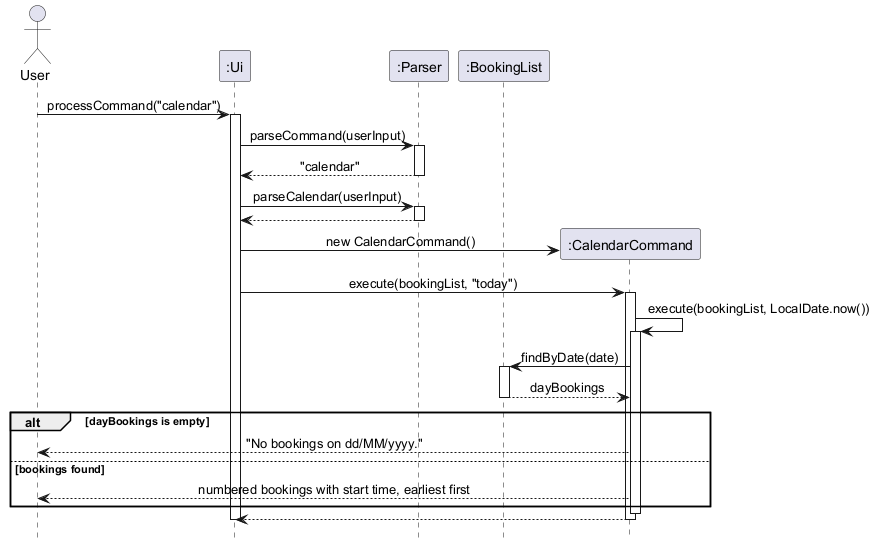
This is docs/UMLDiagrams/CalendarCommandSequenceDiagram.png from AY2627S1-CS2113-W14-2/tp, a PlantUML export, as it was before one commit.
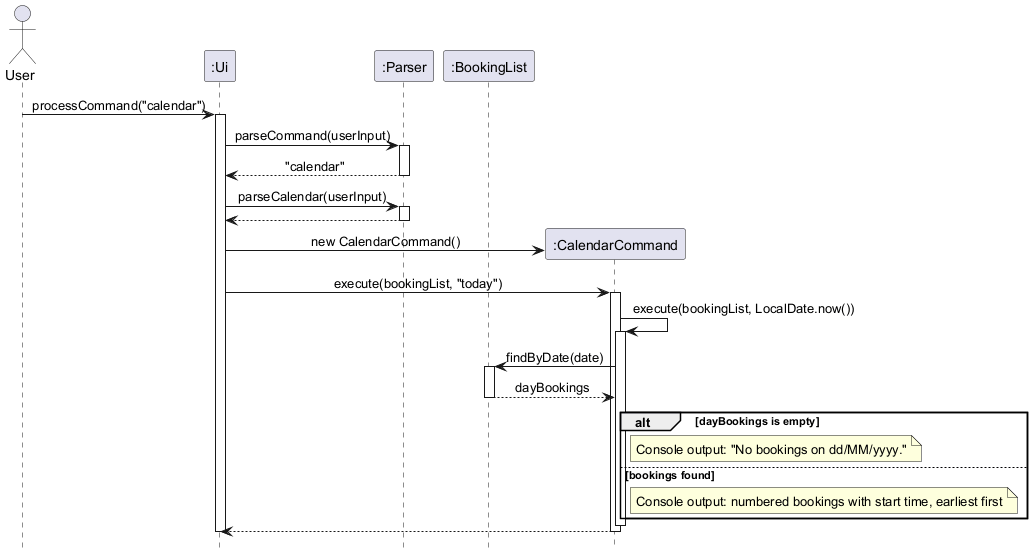
Later version of the same file.

Diff of the diagram source:
```diff
@@ -37,9 +37,9 @@
 deactivate Bookings
 
 alt dayBookings is empty
-    Calendar --> User: "No bookings on dd/MM/yyyy."
+    note right of Calendar: Console output: "No bookings on dd/MM/yyyy."
 else bookings found
-    Calendar --> User: numbered bookings with start time, earliest first
+    note right of Calendar: Console output: numbered bookings with start time, earliest first
 end
 
 deactivate Calendar
```
